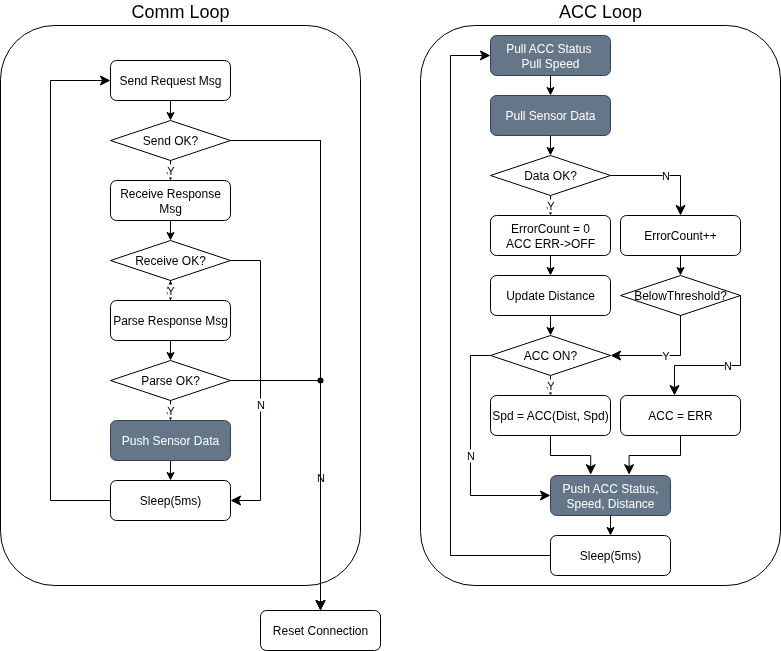
This is acc/doc/design/images/StateDiagramNode2.png from ernst-schwaiger/IDP, a draw.io export, as it was before one commit. Source tidied: cells renumbered, new cells last; positions are measured from the earlier drawing's top-left corner, leaving out a move shared by most shapes.
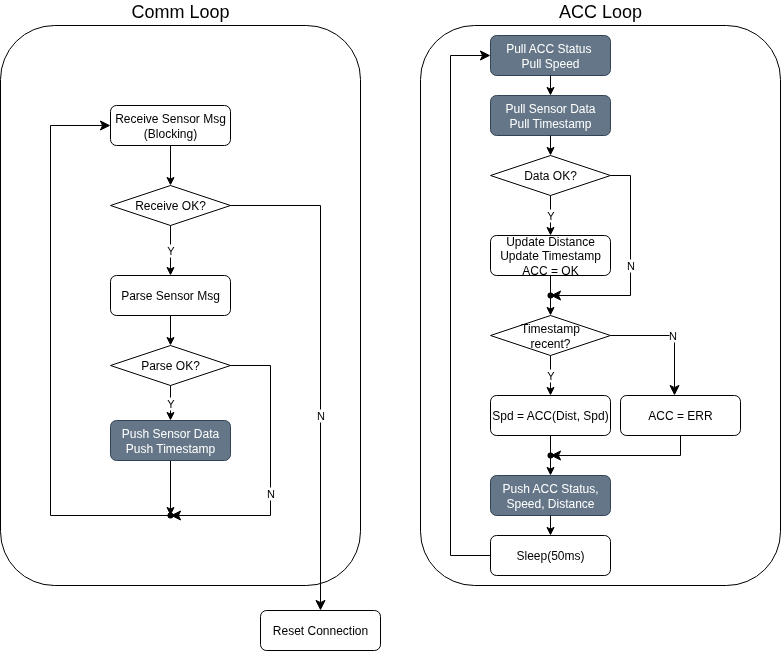
Later version of the same file.

Commit message:
Update design: Communication pattern, state charts, module->req tracing, typos

Diff of the diagram source:
```diff
@@ -8,68 +8,45 @@
     <mxCell id="3" value="Comm Loop" style="rounded=1;whiteSpace=wrap;html=1;fontSize=18;labelPosition=center;verticalLabelPosition=top;align=center;verticalAlign=bottom;" parent="1" vertex="1">
       <mxGeometry width="360" height="560" as="geometry" />
     </mxCell>
-    <mxCell id="4" style="endArrow=classic;html=1;rounded=0;exitX=0.5;exitY=1;exitDx=0;exitDy=0;entryX=0.5;entryY=0;entryDx=0;entryDy=0;" parent="1" edge="1" source="20" target="24">
+    <mxCell id="4" style="endArrow=classic;html=1;rounded=0;exitX=0.5;exitY=1;exitDx=0;exitDy=0;entryX=0.45;entryY=0.2;entryDx=0;entryDy=0;entryPerimeter=0;" parent="1" edge="1" source="20" target="55">
       <mxGeometry relative="1" as="geometry" />
     </mxCell>
     <mxCell id="5" value="Parse OK?" style="rhombus;whiteSpace=wrap;html=1;" parent="1" vertex="1">
-      <mxGeometry x="110" y="335" width="120" height="40" as="geometry" />
+      <mxGeometry x="110" y="320" width="120" height="40" as="geometry" />
     </mxCell>
     <mxCell id="6" value="Reset Connection" style="rounded=1;whiteSpace=wrap;html=1;" parent="1" vertex="1">
       <mxGeometry x="260" y="585" width="120" height="40" as="geometry" />
     </mxCell>
-    <mxCell id="7" value="N" style="edgeStyle=elbowEdgeStyle;elbow=vertical;endArrow=classic;html=1;curved=0;rounded=0;endSize=8;startSize=8;exitX=1;exitY=0.5;exitDx=0;exitDy=0;entryX=0.5;entryY=0;entryDx=0;entryDy=0;" parent="1" edge="1" source="5" target="6">
+    <mxCell id="7" value="N" style="edgeStyle=elbowEdgeStyle;elbow=vertical;endArrow=classic;html=1;curved=0;rounded=0;endSize=8;startSize=8;exitX=1;exitY=0.5;exitDx=0;exitDy=0;" parent="1" edge="1" source="5" target="55">
       <mxGeometry x="0.29" y="-20" relative="1" as="geometry">
         <Array as="points">
-          <mxPoint x="280" y="355" />
+          <mxPoint x="270" y="420" />
         </Array>
         <mxPoint x="20" y="-20" as="offset" />
       </mxGeometry>
     </mxCell>
-    <mxCell id="8" style="edgeStyle=elbowEdgeStyle;elbow=vertical;endArrow=classic;html=1;curved=0;rounded=0;endSize=8;startSize=8;exitDx=0;exitDy=0;entryDx=0;entryDy=0;entryX=0.5;entryY=0;" parent="1" edge="1" source="26" target="6">
-      <mxGeometry x="0.29" y="-20" relative="1" as="geometry">
-        <Array as="points">
-          <mxPoint x="280" y="115" />
-        </Array>
-        <mxPoint x="20" y="-20" as="offset" />
-      </mxGeometry>
-    </mxCell>
-    <mxCell id="9" value="Send Request Msg" style="rounded=1;whiteSpace=wrap;html=1;" parent="1" vertex="1">
-      <mxGeometry x="110" y="35" width="120" height="40" as="geometry" />
-    </mxCell>
-    <mxCell id="10" value="Receive Response Msg" style="rounded=1;whiteSpace=wrap;html=1;" parent="1" vertex="1">
-      <mxGeometry x="110" y="155" width="120" height="40" as="geometry" />
+    <mxCell id="10" value="Receive Sensor Msg&lt;div&gt;(Blocking)&lt;/div&gt;" style="rounded=1;whiteSpace=wrap;html=1;" parent="1" vertex="1">
+      <mxGeometry x="110" y="80" width="120" height="40" as="geometry" />
     </mxCell>
-    <mxCell id="11" style="endArrow=classic;html=1;rounded=0;exitX=0.5;exitY=1;exitDx=0;exitDy=0;entryX=0.5;entryY=0;entryDx=0;entryDy=0;" parent="1" edge="1" source="9" target="13">
-      <mxGeometry relative="1" as="geometry" />
-    </mxCell>
     <mxCell id="12" style="endArrow=classic;html=1;rounded=0;exitX=0.5;exitY=1;exitDx=0;exitDy=0;" parent="1" edge="1" source="10" target="18">
       <mxGeometry relative="1" as="geometry" />
     </mxCell>
-    <mxCell id="13" value="Send&amp;nbsp;&lt;span style=&quot;background-color: transparent; color: light-dark(rgb(0, 0, 0), rgb(255, 255, 255));&quot;&gt;OK?&lt;/span&gt;" style="rhombus;whiteSpace=wrap;html=1;" parent="1" vertex="1">
-      <mxGeometry x="110" y="95" width="120" height="40" as="geometry" />
-    </mxCell>
-    <mxCell id="14" style="edgeStyle=orthogonalEdgeStyle;rounded=0;jettySize=auto;html=1;" parent="1" edge="1" source="15" target="18">
-      <mxGeometry relative="1" as="geometry" />
-    </mxCell>
-    <mxCell id="15" value="Parse Response Msg" style="rounded=1;whiteSpace=wrap;html=1;" parent="1" vertex="1">
-      <mxGeometry x="110" y="275" width="120" height="40" as="geometry" />
+    <mxCell id="15" value="Parse Sensor Msg" style="rounded=1;whiteSpace=wrap;html=1;" parent="1" vertex="1">
+      <mxGeometry x="110" y="250" width="120" height="40" as="geometry" />
     </mxCell>
-    <mxCell id="16" value="Y" style="endArrow=classic;html=1;rounded=0;entryX=0.5;entryY=0;entryDx=0;entryDy=0;exitX=0.5;exitY=1;exitDx=0;exitDy=0;" parent="1" edge="1" source="13" target="10">
-      <mxGeometry relative="1" as="geometry" />
-    </mxCell>
     <mxCell id="17" style="endArrow=classic;html=1;rounded=0;exitX=0.5;exitY=1;exitDx=0;exitDy=0;" parent="1" edge="1" source="15" target="5">
       <mxGeometry relative="1" as="geometry" />
     </mxCell>
     <mxCell id="18" value="Receive OK?" style="rhombus;whiteSpace=wrap;html=1;" parent="1" vertex="1">
-      <mxGeometry x="110" y="215" width="120" height="40" as="geometry" />
+      <mxGeometry x="110" y="160" width="120" height="40" as="geometry" />
     </mxCell>
     <mxCell id="19" value="Y" style="endArrow=classic;html=1;rounded=0;exitX=0.5;exitY=1;exitDx=0;exitDy=0;entryX=0.5;entryY=0;entryDx=0;entryDy=0;" parent="1" edge="1" source="18" target="15">
       <mxGeometry relative="1" as="geometry" />
     </mxCell>
-    <mxCell id="20" value="Push Sensor Data" style="rounded=1;whiteSpace=wrap;html=1;fillColor=#647687;fontColor=#ffffff;strokeColor=#314354;" parent="1" vertex="1">
+    <mxCell id="20" value="Push Sensor Data&lt;div&gt;Push Timestamp&lt;/div&gt;" style="rounded=1;whiteSpace=wrap;html=1;fillColor=#647687;fontColor=#ffffff;strokeColor=#314354;" parent="1" vertex="1">
       <mxGeometry x="110" y="395" width="120" height="40" as="geometry" />
     </mxCell>
-    <mxCell id="21" style="edgeStyle=elbowEdgeStyle;elbow=vertical;endArrow=classic;html=1;curved=0;rounded=0;endSize=8;startSize=8;entryX=0;entryY=0.5;entryDx=0;entryDy=0;exitX=0;exitY=0.5;exitDx=0;exitDy=0;" parent="1" edge="1" source="24" target="9">
+    <mxCell id="21" style="edgeStyle=elbowEdgeStyle;elbow=vertical;endArrow=classic;html=1;curved=0;rounded=0;endSize=8;startSize=8;exitX=0.3;exitY=0.95;exitDx=0;exitDy=0;exitPerimeter=0;" parent="1" edge="1" source="55" target="10">
       <mxGeometry relative="1" as="geometry">
         <Array as="points">
           <mxPoint x="50" y="255" />
@@ -79,131 +56,104 @@
     <mxCell id="22" value="Y" style="endArrow=classic;html=1;rounded=0;entryX=0.5;entryY=0;entryDx=0;entryDy=0;exitX=0.5;exitY=1;exitDx=0;exitDy=0;" parent="1" edge="1" source="5" target="20">
       <mxGeometry relative="1" as="geometry" />
     </mxCell>
-    <mxCell id="23" value="N" style="edgeStyle=elbowEdgeStyle;elbow=vertical;endArrow=classic;html=1;curved=0;rounded=0;endSize=8;startSize=8;exitX=1;exitY=0.5;exitDx=0;exitDy=0;entryX=1;entryY=0.5;entryDx=0;entryDy=0;" parent="1" edge="1" source="18" target="24">
+    <mxCell id="23" value="N" style="edgeStyle=elbowEdgeStyle;elbow=vertical;endArrow=classic;html=1;curved=0;rounded=0;endSize=8;startSize=8;exitX=1;exitY=0.5;exitDx=0;exitDy=0;entryX=0.5;entryY=0;entryDx=0;entryDy=0;" parent="1" edge="1" source="18" target="6">
       <mxGeometry x="0.29" y="-20" relative="1" as="geometry">
         <Array as="points">
-          <mxPoint x="260" y="355" />
+          <mxPoint x="280" y="180" />
         </Array>
         <mxPoint x="20" y="-20" as="offset" />
       </mxGeometry>
     </mxCell>
-    <mxCell id="24" value="Sleep(5ms)" style="rounded=1;whiteSpace=wrap;html=1;" parent="1" vertex="1">
-      <mxGeometry x="110" y="455" width="120" height="40" as="geometry" />
-    </mxCell>
-    <mxCell id="25" style="edgeStyle=elbowEdgeStyle;elbow=vertical;endArrow=classic;html=1;curved=0;rounded=0;endSize=8;startSize=8;exitX=1;exitY=0.5;exitDx=0;exitDy=0;entryDx=0;entryDy=0;entryX=0.5;entryY=0;" parent="1" edge="1" source="13" target="6">
-      <mxGeometry x="0.29" y="-20" relative="1" as="geometry">
-        <Array as="points">
-          <mxPoint x="280" y="115" />
-        </Array>
-        <mxPoint x="20" y="-20" as="offset" />
-      </mxGeometry>
-    </mxCell>
-    <mxCell id="26" style="shape=waypoint;sketch=0;fillStyle=solid;size=6;points=[];fillColor=none;perimeter=centerPerimeter;snapToPoint=1;" parent="1" vertex="1">
-      <mxGeometry x="310" y="345" width="20" height="20" as="geometry" />
-    </mxCell>
-    <mxCell id="27" style="group;" parent="1" vertex="1">
-      <mxGeometry x="450" y="10" width="290" height="540" as="geometry" />
-    </mxCell>
-    <mxCell id="28" value="ErrorCount++" style="rounded=1;whiteSpace=wrap;html=1;" parent="27" vertex="1">
-      <mxGeometry x="170" y="180" width="120" height="40" as="geometry" />
-    </mxCell>
+    <mxCell id="55" style="shape=waypoint;sketch=0;fillStyle=solid;size=6;points=[];fillColor=none;perimeter=centerPerimeter;snapToPoint=1;" parent="1" vertex="1">
+      <mxGeometry x="160" y="480" width="20" height="20" as="geometry" />
+    </mxCell>
-    <mxCell id="29" value="Pull Sensor Data" style="rounded=1;whiteSpace=wrap;html=1;fillColor=#647687;fontColor=#ffffff;strokeColor=#314354;" parent="27" vertex="1">
-      <mxGeometry x="40" y="60" width="120" height="40" as="geometry" />
+    <mxCell id="29" value="Pull Sensor Data&lt;div&gt;Pull Timestamp&lt;/div&gt;" style="rounded=1;whiteSpace=wrap;html=1;fillColor=#647687;fontColor=#ffffff;strokeColor=#314354;" parent="1" vertex="1">
+      <mxGeometry x="490" y="70" width="120" height="40" as="geometry" />
     </mxCell>
-    <mxCell id="30" value="Data&amp;nbsp;&lt;span style=&quot;background-color: transparent; color: light-dark(rgb(0, 0, 0), rgb(255, 255, 255));&quot;&gt;OK?&lt;/span&gt;" style="rhombus;whiteSpace=wrap;html=1;" parent="27" vertex="1">
-      <mxGeometry x="40" y="120" width="120" height="40" as="geometry" />
+    <mxCell id="30" value="Data&amp;nbsp;&lt;span style=&quot;background-color: transparent; color: light-dark(rgb(0, 0, 0), rgb(255, 255, 255));&quot;&gt;OK?&lt;/span&gt;" style="rhombus;whiteSpace=wrap;html=1;" parent="1" vertex="1">
+      <mxGeometry x="490" y="130" width="120" height="40" as="geometry" />
     </mxCell>
-    <mxCell id="31" value="ACC&amp;nbsp;&lt;span style=&quot;background-color: transparent; color: light-dark(rgb(0, 0, 0), rgb(255, 255, 255));&quot;&gt;ON?&lt;/span&gt;" style="rhombus;whiteSpace=wrap;html=1;" parent="27" vertex="1">
-      <mxGeometry x="40" y="300" width="120" height="40" as="geometry" />
+    <mxCell id="31" value="Timestamp&lt;div&gt;recent?&lt;/div&gt;" style="rhombus;whiteSpace=wrap;html=1;" parent="1" vertex="1">
+      <mxGeometry x="490" y="290" width="120" height="40" as="geometry" />
     </mxCell>
-    <mxCell id="32" value="ErrorCount = 0&lt;div&gt;ACC ERR-&amp;gt;OFF&lt;/div&gt;" style="rounded=1;whiteSpace=wrap;html=1;" parent="27" vertex="1">
-      <mxGeometry x="40" y="180" width="120" height="40" as="geometry" />
+    <mxCell id="32" value="Update Distance&lt;div&gt;Update Timestamp&lt;/div&gt;&lt;div&gt;ACC = OK&lt;/div&gt;" style="rounded=1;whiteSpace=wrap;html=1;" parent="1" vertex="1">
+      <mxGeometry x="490" y="210" width="120" height="40" as="geometry" />
     </mxCell>
-    <mxCell id="33" value="Y" style="endArrow=classic;html=1;rounded=0;entryX=0.5;entryY=0;entryDx=0;entryDy=0;exitX=0.5;exitY=1;exitDx=0;exitDy=0;" parent="27" edge="1" source="30" target="32">
+    <mxCell id="33" value="Y" style="endArrow=classic;html=1;rounded=0;entryX=0.5;entryY=0;entryDx=0;entryDy=0;exitX=0.5;exitY=1;exitDx=0;exitDy=0;" parent="1" edge="1" source="30" target="32">
       <mxGeometry relative="1" as="geometry" />
     </mxCell>
-    <mxCell id="34" value="Y" style="endArrow=classic;html=1;rounded=0;exitX=0.5;exitY=1;exitDx=0;exitDy=0;entryX=0.5;entryY=0;entryDx=0;entryDy=0;" parent="27" edge="1" source="31" target="37">
+    <mxCell id="34" value="Y" style="endArrow=classic;html=1;rounded=0;exitX=0.5;exitY=1;exitDx=0;exitDy=0;entryX=0.5;entryY=0;entryDx=0;entryDy=0;" parent="1" edge="1" source="31" target="37">
       <mxGeometry relative="1" as="geometry" />
     </mxCell>
-    <mxCell id="35" style="endArrow=classic;html=1;rounded=0;exitX=0.5;exitY=1;exitDx=0;exitDy=0;entryX=0.5;entryY=0;entryDx=0;entryDy=0;" parent="27" edge="1" source="28" target="38">
-      <mxGeometry relative="1" as="geometry" />
-    </mxCell>
-    <mxCell id="36" style="endArrow=classic;html=1;rounded=0;exitX=0.5;exitY=1;exitDx=0;exitDy=0;" parent="27" edge="1" source="29" target="30">
+    <mxCell id="36" style="endArrow=classic;html=1;rounded=0;exitX=0.5;exitY=1;exitDx=0;exitDy=0;" parent="1" edge="1" source="29" target="30">
       <mxGeometry relative="1" as="geometry" />
     </mxCell>
-    <mxCell id="37" value="Spd = ACC(Dist, Spd)" style="rounded=1;whiteSpace=wrap;html=1;" parent="27" vertex="1">
-      <mxGeometry x="40" y="360" width="120" height="40" as="geometry" />
+    <mxCell id="37" value="Spd = ACC(Dist, Spd)" style="rounded=1;whiteSpace=wrap;html=1;" parent="1" vertex="1">
+      <mxGeometry x="490" y="370" width="120" height="40" as="geometry" />
     </mxCell>
-    <mxCell id="38" value="BelowThreshold?" style="rhombus;whiteSpace=wrap;html=1;" parent="27" vertex="1">
-      <mxGeometry x="170" y="240" width="120" height="40" as="geometry" />
-    </mxCell>
-    <mxCell id="39" value="N" style="edgeStyle=elbowEdgeStyle;elbow=vertical;endArrow=classic;html=1;curved=0;rounded=0;endSize=8;startSize=8;entryX=0.5;entryY=0;entryDx=0;entryDy=0;exitX=1;exitY=0.5;exitDx=0;exitDy=0;" parent="27" edge="1" source="30" target="28">
+    <mxCell id="39" value="N" style="edgeStyle=elbowEdgeStyle;elbow=vertical;endArrow=classic;html=1;curved=0;rounded=0;endSize=8;startSize=8;entryX=0.85;entryY=0.85;entryDx=0;entryDy=0;exitX=1;exitY=0.5;exitDx=0;exitDy=0;entryPerimeter=0;" parent="1" edge="1" source="30" target="56">
       <mxGeometry relative="1" as="geometry">
         <Array as="points">
-          <mxPoint x="180" y="140" />
+          <mxPoint x="630" y="150" />
         </Array>
       </mxGeometry>
     </mxCell>
-    <mxCell id="40" value="Y" style="edgeStyle=elbowEdgeStyle;elbow=vertical;endArrow=classic;html=1;curved=0;rounded=0;endSize=8;startSize=8;entryX=1;entryY=0.5;entryDx=0;entryDy=0;exitX=0.5;exitY=1;exitDx=0;exitDy=0;" parent="27" edge="1" source="38" target="31">
-      <mxGeometry relative="1" as="geometry">
-        <Array as="points">
-          <mxPoint x="200" y="320" />
-        </Array>
-      </mxGeometry>
-    </mxCell>
-    <mxCell id="41" value="Pull ACC Status&amp;nbsp;&lt;div&gt;Pull Speed&lt;/div&gt;" style="rounded=1;whiteSpace=wrap;html=1;fillColor=#647687;fontColor=#ffffff;strokeColor=#314354;" parent="27" vertex="1">
-      <mxGeometry x="40" width="120" height="40" as="geometry" />
+    <mxCell id="41" value="Pull ACC Status&amp;nbsp;&lt;div&gt;Pull Speed&lt;/div&gt;" style="rounded=1;whiteSpace=wrap;html=1;fillColor=#647687;fontColor=#ffffff;strokeColor=#314354;" parent="1" vertex="1">
+      <mxGeometry x="490" y="10" width="120" height="40" as="geometry" />
     </mxCell>
-    <mxCell id="42" value="&lt;div&gt;Update Distance&lt;/div&gt;" style="rounded=1;whiteSpace=wrap;html=1;" parent="27" vertex="1">
-      <mxGeometry x="40" y="240" width="120" height="40" as="geometry" />
-    </mxCell>
-    <mxCell id="43" style="endArrow=classic;html=1;rounded=0;exitX=0.5;exitY=1;exitDx=0;exitDy=0;entryX=0.5;entryY=0;entryDx=0;entryDy=0;" parent="27" edge="1" source="32" target="42">
+    <mxCell id="43" style="endArrow=classic;html=1;rounded=0;exitDx=0;exitDy=0;entryX=0.5;entryY=0;entryDx=0;entryDy=0;" parent="1" edge="1" source="56" target="31">
       <mxGeometry relative="1" as="geometry" />
     </mxCell>
-    <mxCell id="44" style="endArrow=classic;html=1;rounded=0;exitX=0.5;exitY=1;exitDx=0;exitDy=0;entryX=0.5;entryY=0;entryDx=0;entryDy=0;" parent="27" edge="1" source="42" target="31">
-      <mxGeometry relative="1" as="geometry" />
-    </mxCell>
-    <mxCell id="45" value="ACC = ERR" style="rounded=1;whiteSpace=wrap;html=1;" parent="27" vertex="1">
-      <mxGeometry x="170" y="360" width="120" height="40" as="geometry" />
+    <mxCell id="45" value="ACC = ERR" style="rounded=1;whiteSpace=wrap;html=1;" parent="1" vertex="1">
+      <mxGeometry x="620" y="370" width="120" height="40" as="geometry" />
     </mxCell>
-    <mxCell id="46" value="N" style="edgeStyle=elbowEdgeStyle;elbow=vertical;endArrow=classic;html=1;curved=0;rounded=0;endSize=8;startSize=8;entryX=0.45;entryY=0;entryDx=0;entryDy=0;exitX=1;exitY=0.5;exitDx=0;exitDy=0;entryPerimeter=0;" parent="27" edge="1" source="38" target="45">
+    <mxCell id="46" value="N" style="edgeStyle=elbowEdgeStyle;elbow=vertical;endArrow=classic;html=1;curved=0;rounded=0;endSize=8;startSize=8;entryX=0.45;entryY=0;entryDx=0;entryDy=0;exitX=1;exitY=0.5;exitDx=0;exitDy=0;entryPerimeter=0;" parent="1" edge="1" source="31" target="45">
       <mxGeometry relative="1" as="geometry">
         <Array as="points">
-          <mxPoint x="260" y="330" />
+          <mxPoint x="640" y="310" />
         </Array>
       </mxGeometry>
     </mxCell>
-    <mxCell id="47" value="Push ACC Status, Speed, Distance" style="rounded=1;whiteSpace=wrap;html=1;fillColor=#647687;fontColor=#ffffff;strokeColor=#314354;" parent="27" vertex="1">
-      <mxGeometry x="100" y="440" width="120" height="40" as="geometry" />
+    <mxCell id="47" value="Push ACC Status, Speed, Distance" style="rounded=1;whiteSpace=wrap;html=1;fillColor=#647687;fontColor=#ffffff;strokeColor=#314354;" parent="1" vertex="1">
+      <mxGeometry x="490" y="450" width="120" height="40" as="geometry" />
     </mxCell>
-    <mxCell id="48" value="Sleep(5ms)" style="rounded=1;whiteSpace=wrap;html=1;" parent="27" vertex="1">
-      <mxGeometry x="100" y="500" width="120" height="40" as="geometry" />
+    <mxCell id="48" value="Sleep(50ms)" style="rounded=1;whiteSpace=wrap;html=1;" parent="1" vertex="1">
+      <mxGeometry x="490" y="510" width="120" height="40" as="geometry" />
     </mxCell>
-    <mxCell id="49" style="edgeStyle=elbowEdgeStyle;elbow=vertical;endArrow=classic;html=1;curved=0;rounded=0;endSize=8;startSize=8;entryX=0.335;entryY=-0.02;entryDx=0;entryDy=0;exitX=0.5;exitY=1;exitDx=0;exitDy=0;entryPerimeter=0;" parent="27" edge="1" source="37" target="47">
-      <mxGeometry relative="1" as="geometry" />
-    </mxCell>
-    <mxCell id="50" style="edgeStyle=elbowEdgeStyle;elbow=vertical;endArrow=classic;html=1;curved=0;rounded=0;endSize=8;startSize=8;entryX=0.655;entryY=-0.02;entryDx=0;entryDy=0;exitX=0.5;exitY=1;exitDx=0;exitDy=0;entryPerimeter=0;" parent="27" edge="1" source="45" target="47">
-      <mxGeometry relative="1" as="geometry" />
+    <mxCell id="50" style="edgeStyle=elbowEdgeStyle;elbow=vertical;endArrow=classic;html=1;curved=0;rounded=0;endSize=8;startSize=8;entryX=0.65;entryY=0.75;entryDx=0;entryDy=0;exitX=0.5;exitY=1;exitDx=0;exitDy=0;entryPerimeter=0;" parent="1" edge="1" source="45" target="58">
+      <mxGeometry relative="1" as="geometry">
+        <Array as="points">
+          <mxPoint x="610" y="430" />
+        </Array>
+      </mxGeometry>
     </mxCell>
-    <mxCell id="51" style="endArrow=classic;html=1;rounded=0;exitX=0.5;exitY=1;exitDx=0;exitDy=0;" parent="27" edge="1" source="41" target="29">
+    <mxCell id="51" style="endArrow=classic;html=1;rounded=0;exitX=0.5;exitY=1;exitDx=0;exitDy=0;" parent="1" edge="1" source="41" target="29">
       <mxGeometry relative="1" as="geometry" />
     </mxCell>
-    <mxCell id="52" value="N" style="edgeStyle=elbowEdgeStyle;elbow=vertical;endArrow=classic;html=1;curved=0;rounded=0;endSize=8;startSize=8;entryX=0;entryY=0.5;entryDx=0;entryDy=0;exitX=0;exitY=0.5;exitDx=0;exitDy=0;" parent="27" edge="1" source="31" target="47">
-      <mxGeometry relative="1" as="geometry">
-        <Array as="points">
-          <mxPoint x="20" y="390" />
-        </Array>
-      </mxGeometry>
-    </mxCell>
-    <mxCell id="53" style="endArrow=classic;html=1;rounded=0;exitX=0.5;exitY=1;exitDx=0;exitDy=0;entryX=0.5;entryY=0;entryDx=0;entryDy=0;" parent="27" edge="1" source="47" target="48">
+    <mxCell id="53" style="endArrow=classic;html=1;rounded=0;exitX=0.5;exitY=1;exitDx=0;exitDy=0;entryX=0.5;entryY=0;entryDx=0;entryDy=0;" parent="1" edge="1" source="47" target="48">
       <mxGeometry relative="1" as="geometry" />
     </mxCell>
-    <mxCell id="54" style="edgeStyle=elbowEdgeStyle;elbow=vertical;endArrow=classic;html=1;curved=0;rounded=0;endSize=8;startSize=8;entryX=0;entryY=0.5;entryDx=0;entryDy=0;exitX=0;exitY=0.5;exitDx=0;exitDy=0;" parent="27" edge="1" source="48" target="41">
+    <mxCell id="54" style="edgeStyle=elbowEdgeStyle;elbow=vertical;endArrow=classic;html=1;curved=0;rounded=0;endSize=8;startSize=8;entryX=0;entryY=0.5;entryDx=0;entryDy=0;exitX=0;exitY=0.5;exitDx=0;exitDy=0;" parent="1" edge="1" source="48" target="41">
       <mxGeometry relative="1" as="geometry">
         <Array as="points">
-          <mxPoint y="280" />
+          <mxPoint x="450" y="290" />
         </Array>
       </mxGeometry>
     </mxCell>
+    <mxCell id="56" style="shape=waypoint;sketch=0;fillStyle=solid;size=6;points=[];fillColor=none;perimeter=centerPerimeter;snapToPoint=1;" parent="1" vertex="1">
+      <mxGeometry x="540" y="260" width="20" height="20" as="geometry" />
+    </mxCell>
+    <mxCell id="57" style="endArrow=none;html=1;rounded=0;entryX=0.5;entryY=1;entryDx=0;entryDy=0;exitX=0.95;exitY=0.65;exitDx=0;exitDy=0;exitPerimeter=0;" parent="1" edge="1" source="56" target="32">
+      <mxGeometry relative="1" as="geometry" />
+    </mxCell>
+    <mxCell id="58" style="shape=waypoint;sketch=0;fillStyle=solid;size=6;points=[];fillColor=none;perimeter=centerPerimeter;snapToPoint=1;" parent="1" vertex="1">
+      <mxGeometry x="540" y="420" width="20" height="20" as="geometry" />
+    </mxCell>
+    <mxCell id="59" style="endArrow=none;html=1;rounded=0;entryX=0.5;entryY=1;entryDx=0;entryDy=0;exitX=0.95;exitY=0.85;exitDx=0;exitDy=0;exitPerimeter=0;" parent="1" edge="1" source="58" target="37">
+      <mxGeometry relative="1" as="geometry" />
+    </mxCell>
+    <mxCell id="60" style="endArrow=classic;html=1;rounded=0;exitX=0.75;exitY=0.85;exitDx=0;exitDy=0;entryX=0.5;entryY=0;entryDx=0;entryDy=0;exitPerimeter=0;" parent="1" edge="1" source="58" target="47">
+      <mxGeometry relative="1" as="geometry" />
+    </mxCell>
   </root>
 </mxGraphModel>
```
